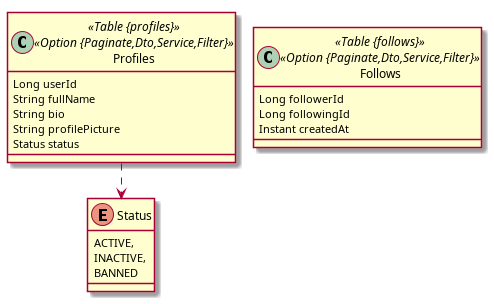
Above: infra/db/jdl/user_db.png in phungle2508/AppF4 (PlantUML), before the change. Its diagram source:
```plantuml
@startuml
	!pragma layout smetana
	!pragma syntax class
	enum Status {
		ACTIVE,
		INACTIVE,
		BANNED
	}
	class Follows <<Table {follows}>><<Option {Paginate,Dto,Service,Filter}>> {
		Long followerId
		Long followingId
		Instant createdAt
	}
	class Profiles <<Table {profiles}>><<Option {Paginate,Dto,Service,Filter}>> {
		Long userId
		String fullName
		String bio
		String profilePicture
		Status status
	}
	Profiles ..> Status
@enduml
```
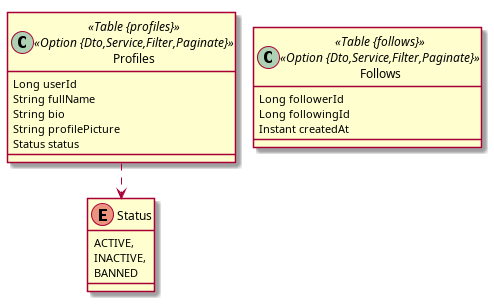
Above is the later version.

The edit, as a diff of the source:
```diff
@@ -6,12 +6,12 @@
 		INACTIVE,
 		BANNED
 	}
-	class Follows <<Table {follows}>><<Option {Paginate,Dto,Service,Filter}>> {
+	class Follows <<Table {follows}>><<Option {Dto,Service,Filter,Paginate}>> {
 		Long followerId
 		Long followingId
 		Instant createdAt
 	}
-	class Profiles <<Table {profiles}>><<Option {Paginate,Dto,Service,Filter}>> {
+	class Profiles <<Table {profiles}>><<Option {Dto,Service,Filter,Paginate}>> {
 		Long userId
 		String fullName
 		String bio
```
